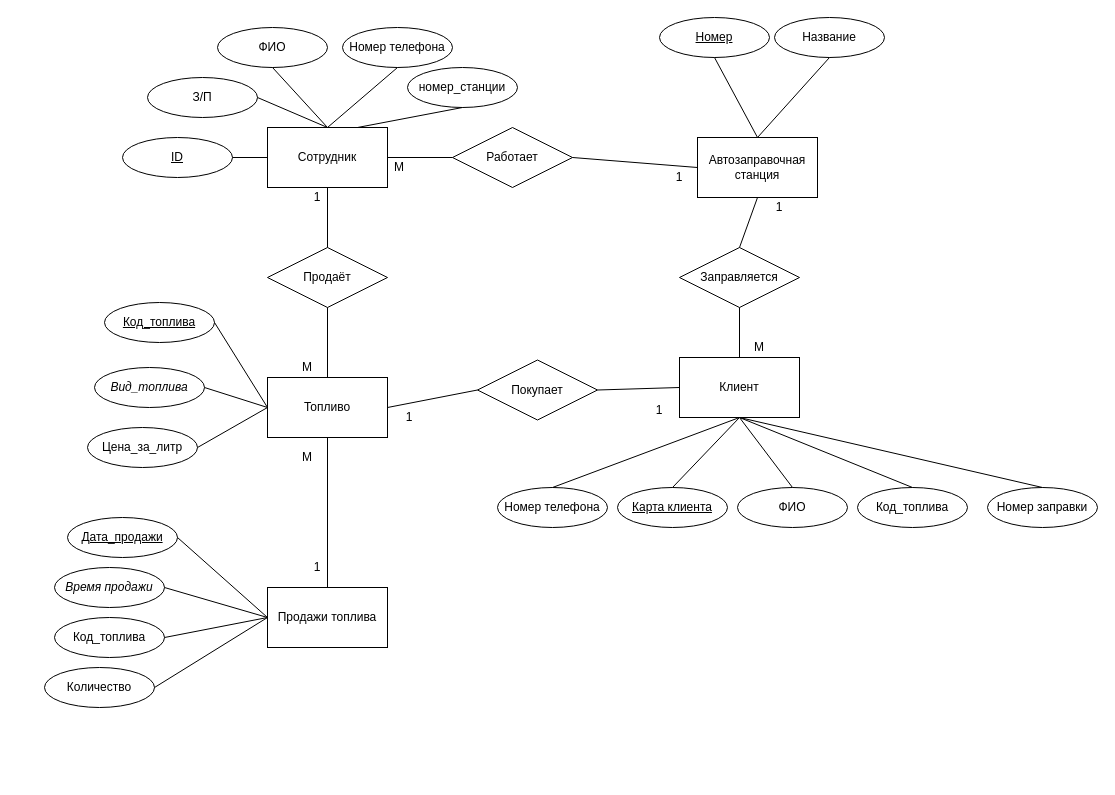
Above: page "Page-1" (1 of 2) of UD/Denis_RGR/RGR_ER.drawio in MARSHAL327/University (draw.io), before the change. Source tidied: cells renumbered, new cells numbered last; positions are measured from the earlier drawing's top-left corner, leaving out a move shared by most shapes. Both pictures are drawn from the tidied source at 100%, with x=0, y=0 at pixel (44, 17).
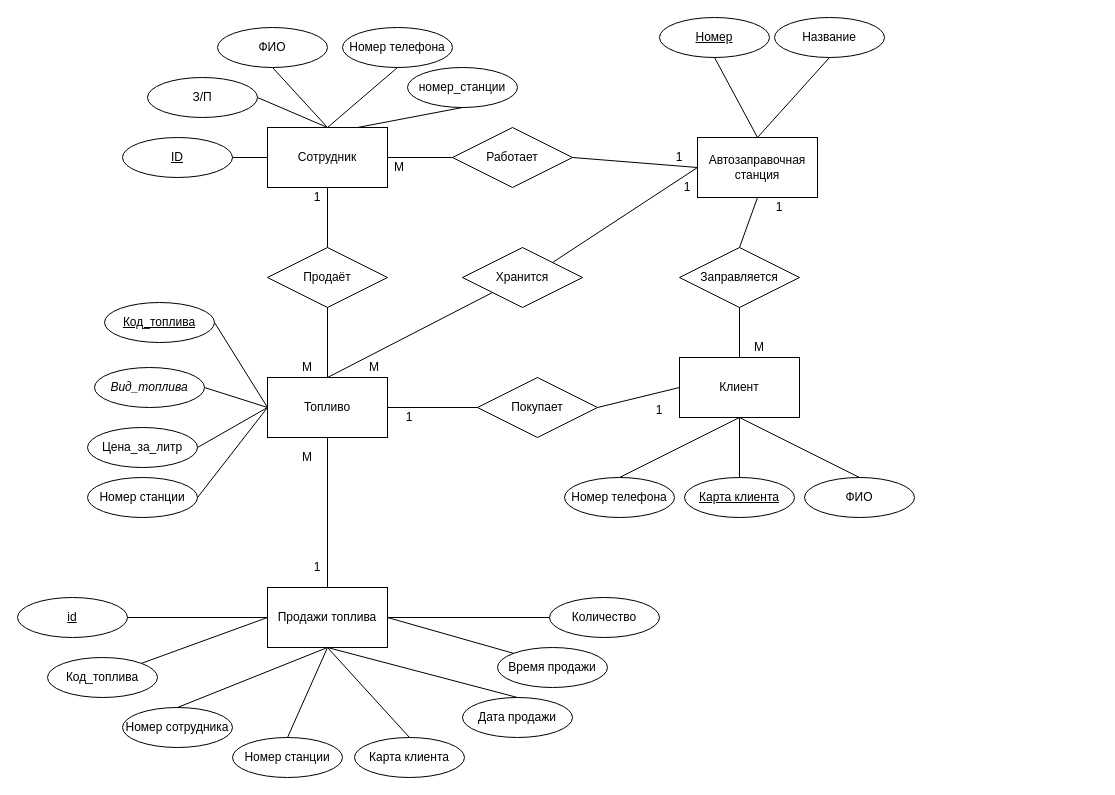
The same diagram, later.

Unchanged cells that the change refers to:
```xml
<mxCell id="2" value="Автозаправочная станция" style="rounded=0;whiteSpace=wrap;html=1;" parent="1" vertex="1">
  <mxGeometry x="653" y="120" width="120" height="60" as="geometry" />
</mxCell>
<mxCell id="6" value="Клиент" style="rounded=0;whiteSpace=wrap;html=1;" parent="1" vertex="1">
  <mxGeometry x="635" y="340" width="120" height="60" as="geometry" />
</mxCell>
<mxCell id="38" value="Топливо" style="rounded=0;whiteSpace=wrap;html=1;" parent="1" vertex="1">
  <mxGeometry x="223" y="360" width="120" height="60" as="geometry" />
</mxCell>
<mxCell id="55" value="Продажи топлива" style="rounded=0;whiteSpace=wrap;html=1;" parent="1" vertex="1">
  <mxGeometry x="223" y="570" width="120" height="60" as="geometry" />
</mxCell>
```

Change to the diagram source:
```diff
@@
     <mxCell id="7" value="ФИО" style="ellipse;whiteSpace=wrap;html=1;" parent="1" vertex="1">
-      <mxGeometry x="693" y="470" width="110" height="40" as="geometry" />
+      <mxGeometry x="760" y="460" width="110" height="40" as="geometry" />
     </mxCell>
@@
     <mxCell id="11" value="&lt;u&gt;Карта клиента&lt;/u&gt;" style="ellipse;whiteSpace=wrap;html=1;" parent="1" vertex="1">
-      <mxGeometry x="573" y="470" width="110" height="40" as="geometry" />
+      <mxGeometry x="640" y="460" width="110" height="40" as="geometry" />
     </mxCell>
@@
     <mxCell id="13" value="Номер телефона" style="ellipse;whiteSpace=wrap;html=1;" parent="1" vertex="1">
-      <mxGeometry x="453" y="470" width="110" height="40" as="geometry" />
+      <mxGeometry x="520" y="460" width="110" height="40" as="geometry" />
     </mxCell>
@@
     <mxCell id="34" value="1" style="text;html=1;strokeColor=none;fillColor=none;align=center;verticalAlign=middle;whiteSpace=wrap;rounded=0;" parent="1" vertex="1">
-      <mxGeometry x="615" y="150" width="40" height="20" as="geometry" />
+      <mxGeometry x="615" y="130" width="40" height="20" as="geometry" />
     </mxCell>
@@
     <mxCell id="45" value="Покупает" style="rhombus;whiteSpace=wrap;html=1;" parent="1" vertex="1">
-      <mxGeometry x="433" y="342.5" width="120" height="60" as="geometry" />
+      <mxGeometry x="433" y="360" width="120" height="60" as="geometry" />
     </mxCell>
@@
-    <mxCell id="51" value="Код_топлива" style="ellipse;whiteSpace=wrap;html=1;" parent="1" vertex="1">
-      <mxGeometry x="813" y="470" width="110" height="40" as="geometry" />
-    </mxCell>
-    <mxCell id="52" style="endArrow=none;html=1;exitX=0.5;exitY=0;exitDx=0;exitDy=0;entryX=0.5;entryY=1;entryDx=0;entryDy=0;" parent="1" edge="1" source="51" target="6">
-      <mxGeometry relative="1" as="geometry" />
-    </mxCell>
@@
-    <mxCell id="56" value="&lt;u&gt;Дата_продажи&lt;/u&gt;" style="ellipse;whiteSpace=wrap;html=1;" parent="1" vertex="1">
-      <mxGeometry x="23" y="500" width="110" height="40" as="geometry" />
+    <mxCell id="56" value="&lt;u&gt;id&lt;/u&gt;" style="ellipse;whiteSpace=wrap;html=1;" parent="1" vertex="1">
+      <mxGeometry x="-27" y="580" width="110" height="40" as="geometry" />
     </mxCell>
-    <mxCell id="57" value="&lt;i&gt;&lt;span&gt;Время продажи&lt;/span&gt;&lt;/i&gt;" style="ellipse;whiteSpace=wrap;html=1;fontStyle=0;" parent="1" vertex="1">
-      <mxGeometry x="10" y="550" width="110" height="40" as="geometry" />
+    <mxCell id="57" value="Время продажи" style="ellipse;whiteSpace=wrap;html=1;fontStyle=0;" parent="1" vertex="1">
+      <mxGeometry x="453" y="630" width="110" height="40" as="geometry" />
     </mxCell>
     <mxCell id="58" value="&lt;span&gt;Код_топлива&lt;/span&gt;" style="ellipse;whiteSpace=wrap;html=1;fontStyle=0;" parent="1" vertex="1">
-      <mxGeometry x="10" y="600" width="110" height="40" as="geometry" />
+      <mxGeometry x="3" y="640" width="110" height="40" as="geometry" />
     </mxCell>
     <mxCell id="59" value="&lt;span&gt;Количество&lt;/span&gt;" style="ellipse;whiteSpace=wrap;html=1;fontStyle=0;" parent="1" vertex="1">
-      <mxGeometry y="650" width="110" height="40" as="geometry" />
+      <mxGeometry x="505" y="580" width="110" height="40" as="geometry" />
     </mxCell>
-    <mxCell id="60" style="endArrow=none;html=1;exitX=1;exitY=0.5;exitDx=0;exitDy=0;entryX=0;entryY=0.5;entryDx=0;entryDy=0;" parent="1" edge="1" source="59" target="55">
+    <mxCell id="60" style="endArrow=none;html=1;exitX=0;exitY=0.5;exitDx=0;exitDy=0;entryX=1;entryY=0.5;entryDx=0;entryDy=0;" parent="1" edge="1" source="59" target="55">
       <mxGeometry relative="1" as="geometry" />
     </mxCell>
-    <mxCell id="61" style="endArrow=none;html=1;exitX=1;exitY=0.5;exitDx=0;exitDy=0;entryX=0;entryY=0.5;entryDx=0;entryDy=0;" parent="1" edge="1" source="58" target="55">
+    <mxCell id="61" style="endArrow=none;html=1;exitX=1;exitY=0;exitDx=0;exitDy=0;entryX=0;entryY=0.5;entryDx=0;entryDy=0;" parent="1" edge="1" source="58" target="55">
       <mxGeometry relative="1" as="geometry" />
     </mxCell>
-    <mxCell id="62" style="endArrow=none;html=1;exitX=1;exitY=0.5;exitDx=0;exitDy=0;entryX=0;entryY=0.5;entryDx=0;entryDy=0;" parent="1" edge="1" source="57" target="55">
+    <mxCell id="62" style="endArrow=none;html=1;exitX=0;exitY=0;exitDx=0;exitDy=0;entryX=1;entryY=0.5;entryDx=0;entryDy=0;" parent="1" edge="1" source="57" target="55">
       <mxGeometry relative="1" as="geometry" />
     </mxCell>
@@
-    <mxCell id="67" style="group;fontStyle=4;" parent="1" vertex="1">
-      <mxGeometry x="943" y="470" width="110" height="40" as="geometry" />
-    </mxCell>
-    <mxCell id="68" value="Номер заправки" style="ellipse;whiteSpace=wrap;html=1;" parent="67" vertex="1">
-      <mxGeometry width="110" height="40" as="geometry" />
-    </mxCell>
-    <mxCell id="69" style="endArrow=none;html=1;exitX=0.5;exitY=1;exitDx=0;exitDy=0;entryX=0.5;entryY=0;entryDx=0;entryDy=0;" parent="1" edge="1" source="6" target="68">
-      <mxGeometry relative="1" as="geometry" />
-    </mxCell>
+    <mxCell id="70" value="Дата продажи" style="ellipse;whiteSpace=wrap;html=1;fontStyle=0;" parent="1" vertex="1">
+      <mxGeometry x="418" y="680" width="110" height="40" as="geometry" />
+    </mxCell>
+    <mxCell id="71" value="Номер сотрудника" style="ellipse;whiteSpace=wrap;html=1;fontStyle=0;" parent="1" vertex="1">
+      <mxGeometry x="78" y="690" width="110" height="40" as="geometry" />
+    </mxCell>
+    <mxCell id="72" value="Карта клиента" style="ellipse;whiteSpace=wrap;html=1;fontStyle=0;" parent="1" vertex="1">
+      <mxGeometry x="310" y="720" width="110" height="40" as="geometry" />
+    </mxCell>
+    <mxCell id="73" value="Номер станции" style="ellipse;whiteSpace=wrap;html=1;fontStyle=0;" parent="1" vertex="1">
+      <mxGeometry x="188" y="720" width="110" height="40" as="geometry" />
+    </mxCell>
+    <mxCell id="74" style="endArrow=none;html=1;exitX=0.5;exitY=1;exitDx=0;exitDy=0;entryX=0.5;entryY=0;entryDx=0;entryDy=0;" parent="1" edge="1" source="55" target="73">
+      <mxGeometry relative="1" as="geometry" />
+    </mxCell>
+    <mxCell id="75" style="endArrow=none;html=1;entryX=0.5;entryY=1;entryDx=0;entryDy=0;exitX=0.5;exitY=0;exitDx=0;exitDy=0;" parent="1" edge="1" source="72" target="55">
+      <mxGeometry relative="1" as="geometry" />
+    </mxCell>
+    <mxCell id="76" style="endArrow=none;html=1;exitX=0.5;exitY=1;exitDx=0;exitDy=0;entryX=0.5;entryY=0;entryDx=0;entryDy=0;" parent="1" edge="1" source="55" target="70">
+      <mxGeometry relative="1" as="geometry" />
+    </mxCell>
+    <mxCell id="77" style="endArrow=none;html=1;exitX=0.5;exitY=1;exitDx=0;exitDy=0;entryX=0.5;entryY=0;entryDx=0;entryDy=0;" parent="1" edge="1" source="55" target="71">
+      <mxGeometry relative="1" as="geometry" />
+    </mxCell>
+    <mxCell id="78" value="Номер станции" style="ellipse;whiteSpace=wrap;html=1;" parent="1" vertex="1">
+      <mxGeometry x="43" y="460" width="110" height="40" as="geometry" />
+    </mxCell>
+    <mxCell id="79" style="endArrow=none;html=1;exitX=1;exitY=0.5;exitDx=0;exitDy=0;entryX=0;entryY=0.5;entryDx=0;entryDy=0;" parent="1" edge="1" source="78" target="38">
+      <mxGeometry relative="1" as="geometry" />
+    </mxCell>
+    <mxCell id="80" value="Хранится" style="rhombus;whiteSpace=wrap;html=1;" parent="1" vertex="1">
+      <mxGeometry x="418" y="230" width="120" height="60" as="geometry" />
+    </mxCell>
+    <mxCell id="81" style="endArrow=none;html=1;exitX=0;exitY=1;exitDx=0;exitDy=0;entryX=0.5;entryY=0;entryDx=0;entryDy=0;" parent="1" edge="1" source="80" target="38">
+      <mxGeometry relative="1" as="geometry" />
+    </mxCell>
+    <mxCell id="82" style="endArrow=none;html=1;exitX=0;exitY=0.5;exitDx=0;exitDy=0;entryX=1;entryY=0;entryDx=0;entryDy=0;" parent="1" edge="1" source="2" target="80">
+      <mxGeometry relative="1" as="geometry" />
+    </mxCell>
+    <mxCell id="83" value="М" style="text;html=1;strokeColor=none;fillColor=none;align=center;verticalAlign=middle;whiteSpace=wrap;rounded=0;" parent="1" vertex="1">
+      <mxGeometry x="310" y="340" width="40" height="20" as="geometry" />
+    </mxCell>
+    <mxCell id="84" value="1" style="text;html=1;strokeColor=none;fillColor=none;align=center;verticalAlign=middle;whiteSpace=wrap;rounded=0;" parent="1" vertex="1">
+      <mxGeometry x="623" y="160" width="40" height="20" as="geometry" />
+    </mxCell>
```
